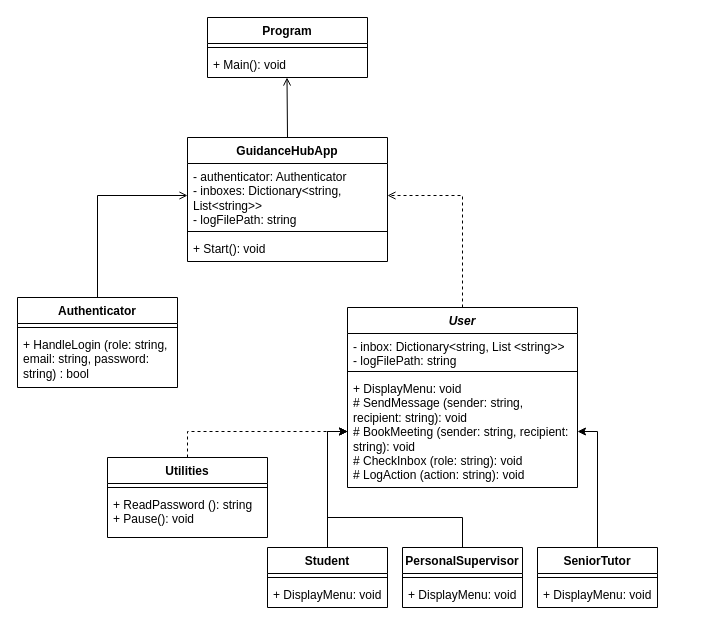
Earlier version of the draw.io diagram DIAGRAMS/Class Diagram.drawio (551462-Design-Develop-Deploy-24-25/001-port-individual-software-project-portfolio-MMukhtar1885). Source tidied: cells renumbered, new cells numbered last; positions are measured from the earlier drawing's top-left corner, leaving out a move shared by most shapes. Both pictures are drawn from the tidied source at 100%, with x=0, y=0 at pixel (17, 17).
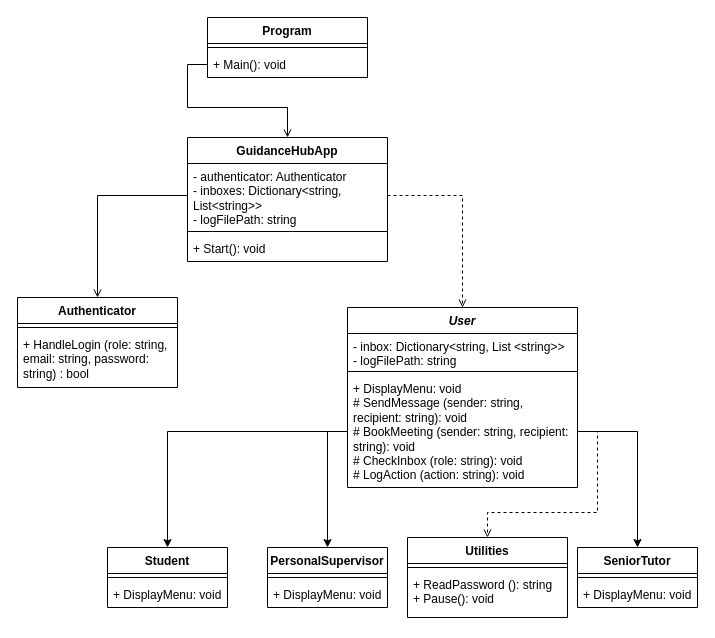
After the change.

The change refers to these unchanged cells:
```xml
<mxCell id="2" value="GuidanceHubApp" style="swimlane;fontStyle=1;align=center;verticalAlign=top;horizontal=1;startSize=26;whiteSpace=wrap;html=1;" parent="1" vertex="1">
  <mxGeometry x="170" y="120" width="200" height="124" as="geometry" />
</mxCell>
<mxCell id="3" value="- authenticator: Authenticator&lt;div&gt;-&amp;nbsp;&lt;span style=&quot;background-color: initial;&quot;&gt;inboxes: Dictionary&amp;lt;string, List&amp;lt;string&amp;gt;&amp;gt;&lt;/span&gt;&lt;/div&gt;&lt;div&gt;&lt;span style=&quot;background-color: initial;&quot;&gt;-&amp;nbsp;&lt;/span&gt;&lt;span style=&quot;background-color: initial;&quot;&gt;logFilePath: string&lt;/span&gt;&lt;/div&gt;" style="text;strokeColor=none;fillColor=none;align=left;verticalAlign=top;spacingLeft=4;spacingRight=4;overflow=hidden;points=[[0,0.5],[1,0.5]];portConstraint=eastwest;whiteSpace=wrap;html=1;" parent="2" vertex="1">
  <mxGeometry y="26" width="200" height="64" as="geometry" />
</mxCell>
<mxCell id="8" value="+ Main(): void" style="text;strokeColor=none;fillColor=none;align=left;verticalAlign=top;spacingLeft=4;spacingRight=4;overflow=hidden;points=[[0,0.5],[1,0.5]];portConstraint=eastwest;whiteSpace=wrap;html=1;" parent="6" vertex="1">
  <mxGeometry y="34" width="160" height="26" as="geometry" />
</mxCell>
<mxCell id="9" value="Authenticator" style="swimlane;fontStyle=1;align=center;verticalAlign=top;horizontal=1;startSize=26;whiteSpace=wrap;html=1;" parent="1" vertex="1">
  <mxGeometry y="280" width="160" height="90" as="geometry" />
</mxCell>
<mxCell id="12" value="&lt;i&gt;User&lt;/i&gt;" style="swimlane;fontStyle=1;align=center;verticalAlign=top;horizontal=1;startSize=26;whiteSpace=wrap;html=1;" parent="1" vertex="1">
  <mxGeometry x="330" y="290" width="230" height="180" as="geometry" />
</mxCell>
<mxCell id="15" value="+ DisplayMenu: void&lt;div&gt;# SendMessage (sender: string, recipient: string): void&lt;/div&gt;&lt;div&gt;# BookMeeting (sender: string, recipient: string): void&lt;/div&gt;&lt;div&gt;# CheckInbox (role: string): void&lt;/div&gt;&lt;div&gt;# LogAction (action: string): void&lt;/div&gt;&lt;div&gt;&lt;br&gt;&lt;/div&gt;&lt;div&gt;&lt;br&gt;&lt;div&gt;&lt;br&gt;&lt;/div&gt;&lt;/div&gt;" style="text;strokeColor=none;fillColor=none;align=left;verticalAlign=top;spacingLeft=4;spacingRight=4;overflow=hidden;points=[[0,0.5],[1,0.5]];portConstraint=eastwest;whiteSpace=wrap;html=1;" parent="12" vertex="1">
  <mxGeometry y="68" width="230" height="112" as="geometry" />
</mxCell>
```

Change to the diagram source:
```diff
@@
-    <mxCell id="16" style="edgeStyle=orthogonalEdgeStyle;rounded=0;jettySize=auto;html=1;exitX=0.5;exitY=0;exitDx=0;exitDy=0;entryX=0;entryY=0.5;entryDx=0;entryDy=0;" parent="1" edge="1" source="17" target="15">
-      <mxGeometry relative="1" as="geometry" />
-    </mxCell>
     <mxCell id="17" value="Student" style="swimlane;fontStyle=1;align=center;verticalAlign=top;horizontal=1;startSize=26;whiteSpace=wrap;html=1;" parent="1" vertex="1">
-      <mxGeometry x="250" y="530" width="120" height="60" as="geometry" />
+      <mxGeometry x="90" y="530" width="120" height="60" as="geometry" />
     </mxCell>
@@
     <mxCell id="20" value="Utilities" style="swimlane;fontStyle=1;align=center;verticalAlign=top;horizontal=1;startSize=26;whiteSpace=wrap;html=1;" parent="1" vertex="1">
-      <mxGeometry x="90" y="440" width="160" height="80" as="geometry" />
+      <mxGeometry x="390" y="520" width="160" height="80" as="geometry" />
     </mxCell>
@@
-    <mxCell id="23" style="html=1;labelBackgroundColor=#ffffff;jettySize=auto;fontSize=14;rounded=0;jumpStyle=gap;edgeStyle=orthogonalEdgeStyle;startArrow=none;endArrow=open;strokeWidth=1;exitX=0.5;exitY=0;exitDx=0;exitDy=0;" parent="1" edge="1" source="2">
-      <mxGeometry relative="1" as="geometry">
-        <mxPoint x="269.5" y="60" as="targetPoint" />
-      </mxGeometry>
+    <mxCell id="23" style="html=1;labelBackgroundColor=#ffffff;jettySize=auto;fontSize=14;rounded=0;jumpStyle=gap;edgeStyle=orthogonalEdgeStyle;startArrow=none;endArrow=open;strokeWidth=1;entryX=0.5;entryY=0;entryDx=0;entryDy=0;exitX=0;exitY=0.5;exitDx=0;exitDy=0;" parent="1" edge="1" source="8" target="2">
+      <mxGeometry relative="1" as="geometry" />
     </mxCell>
-    <mxCell id="24" style="html=1;labelBackgroundColor=#ffffff;jettySize=auto;fontSize=14;rounded=0;jumpStyle=gap;edgeStyle=orthogonalEdgeStyle;startArrow=none;endArrow=open;dashed=1;strokeWidth=1;exitX=0.5;exitY=0;exitDx=0;exitDy=0;entryX=1;entryY=0.5;entryDx=0;entryDy=0;" parent="1" edge="1" source="12" target="3">
-      <mxGeometry relative="1" as="geometry" />
-    </mxCell>
-    <mxCell id="25" style="html=1;labelBackgroundColor=#ffffff;jettySize=auto;fontSize=14;rounded=0;jumpStyle=gap;edgeStyle=orthogonalEdgeStyle;startArrow=none;endArrow=open;strokeWidth=1;exitX=0.5;exitY=0;exitDx=0;exitDy=0;entryX=0;entryY=0.5;entryDx=0;entryDy=0;" parent="1" edge="1" source="9" target="3">
-      <mxGeometry relative="1" as="geometry">
-        <Array as="points">
-          <mxPoint x="80" y="178" />
-        </Array>
-      </mxGeometry>
-    </mxCell>
     <mxCell id="26" value="PersonalSupervisor" style="swimlane;fontStyle=1;align=center;verticalAlign=top;horizontal=1;startSize=26;whiteSpace=wrap;html=1;" parent="1" vertex="1">
-      <mxGeometry x="385" y="530" width="120" height="60" as="geometry" />
+      <mxGeometry x="250" y="530" width="120" height="60" as="geometry" />
     </mxCell>
@@
-    <mxCell id="29" style="edgeStyle=orthogonalEdgeStyle;rounded=0;jettySize=auto;html=1;entryX=1;entryY=0.5;entryDx=0;entryDy=0;" parent="1" edge="1" source="30" target="15">
-      <mxGeometry relative="1" as="geometry" />
-    </mxCell>
     <mxCell id="30" value="SeniorTutor" style="swimlane;fontStyle=1;align=center;verticalAlign=top;horizontal=1;startSize=26;whiteSpace=wrap;html=1;" parent="1" vertex="1">
-      <mxGeometry x="520" y="530" width="120" height="60" as="geometry" />
+      <mxGeometry x="560" y="530" width="120" height="60" as="geometry" />
     </mxCell>
@@
-    <mxCell id="33" style="edgeStyle=orthogonalEdgeStyle;rounded=0;jettySize=auto;html=1;entryX=0;entryY=0.5;entryDx=0;entryDy=0;" parent="1" edge="1" source="26" target="15">
-      <mxGeometry relative="1" as="geometry" />
-    </mxCell>
-    <mxCell id="34" style="html=1;labelBackgroundColor=#ffffff;jettySize=auto;fontSize=14;rounded=0;jumpStyle=gap;edgeStyle=orthogonalEdgeStyle;startArrow=none;endArrow=open;dashed=1;strokeWidth=1;exitX=0.5;exitY=0;exitDx=0;exitDy=0;entryX=0;entryY=0.5;entryDx=0;entryDy=0;" parent="1" edge="1" source="20" target="15">
-      <mxGeometry relative="1" as="geometry" />
-    </mxCell>
+    <mxCell id="35" style="html=1;labelBackgroundColor=#ffffff;jettySize=auto;fontSize=14;rounded=0;jumpStyle=gap;edgeStyle=orthogonalEdgeStyle;startArrow=none;endArrow=open;strokeWidth=1;entryX=0.5;entryY=0;entryDx=0;entryDy=0;exitX=0;exitY=0.5;exitDx=0;exitDy=0;" parent="1" edge="1" source="3" target="9">
+      <mxGeometry relative="1" as="geometry" />
+    </mxCell>
+    <mxCell id="36" style="html=1;labelBackgroundColor=#ffffff;jettySize=auto;fontSize=14;rounded=0;jumpStyle=gap;edgeStyle=orthogonalEdgeStyle;startArrow=none;endArrow=open;dashed=1;strokeWidth=1;exitX=1;exitY=0.5;exitDx=0;exitDy=0;entryX=0.5;entryY=0;entryDx=0;entryDy=0;" parent="1" edge="1" source="3" target="12">
+      <mxGeometry relative="1" as="geometry" />
+    </mxCell>
+    <mxCell id="37" style="edgeStyle=orthogonalEdgeStyle;rounded=0;jettySize=auto;html=1;entryX=0.5;entryY=0;entryDx=0;entryDy=0;" parent="1" edge="1" source="15" target="17">
+      <mxGeometry relative="1" as="geometry" />
+    </mxCell>
+    <mxCell id="38" style="edgeStyle=orthogonalEdgeStyle;rounded=0;jettySize=auto;html=1;exitX=0;exitY=0.5;exitDx=0;exitDy=0;entryX=0.5;entryY=0;entryDx=0;entryDy=0;" parent="1" edge="1" source="15" target="26">
+      <mxGeometry relative="1" as="geometry" />
+    </mxCell>
+    <mxCell id="39" style="edgeStyle=orthogonalEdgeStyle;rounded=0;jettySize=auto;html=1;exitX=1;exitY=0.5;exitDx=0;exitDy=0;entryX=0.5;entryY=0;entryDx=0;entryDy=0;" parent="1" edge="1" source="15" target="30">
+      <mxGeometry relative="1" as="geometry" />
+    </mxCell>
+    <mxCell id="40" style="html=1;labelBackgroundColor=#ffffff;jettySize=auto;fontSize=14;rounded=0;jumpStyle=gap;edgeStyle=orthogonalEdgeStyle;startArrow=none;endArrow=open;dashed=1;strokeWidth=1;exitX=1;exitY=0.5;exitDx=0;exitDy=0;entryX=0.5;entryY=0;entryDx=0;entryDy=0;" parent="1" edge="1" source="15" target="20">
+      <mxGeometry relative="1" as="geometry" />
+    </mxCell>
```
